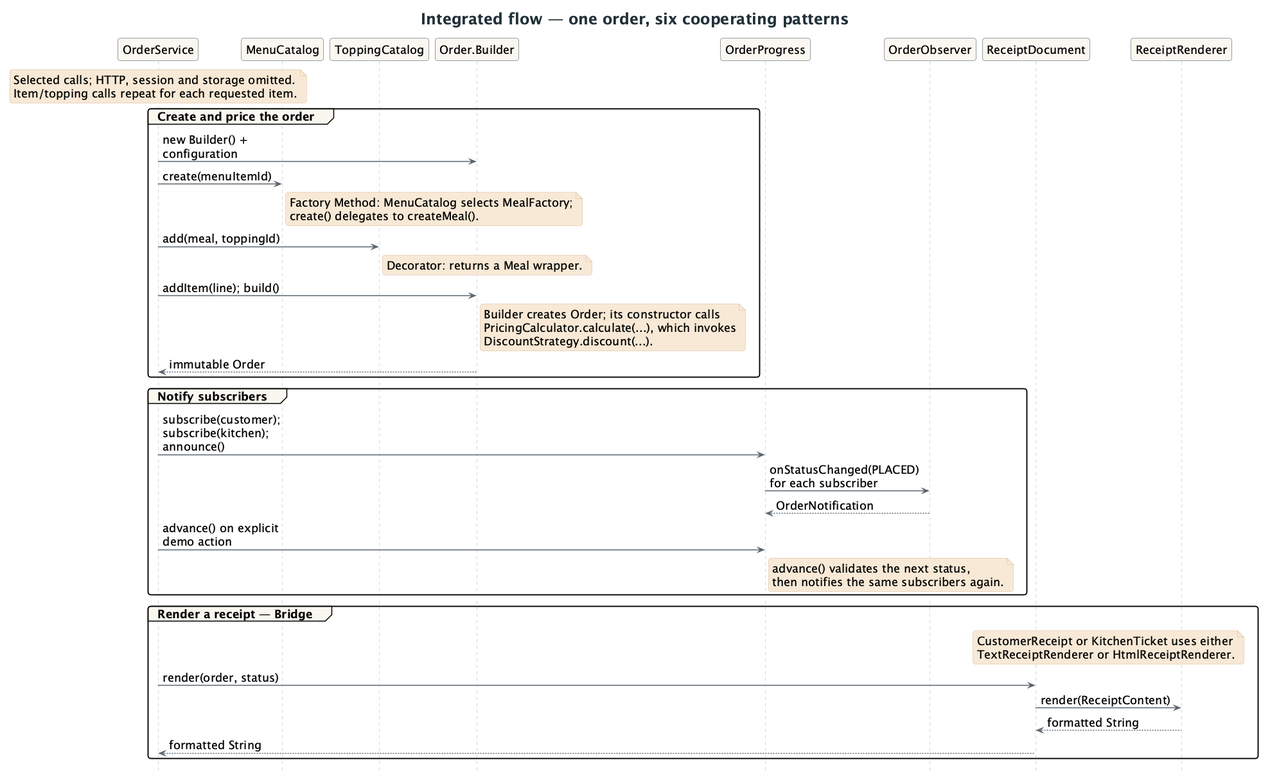
This is docs/uml/integrated-sequence.png from ANAYSSA/Final-Project-SDP, a PlantUML export, as it was before one commit. Source of this version:
```plantuml
@startuml
skinparam backgroundColor #FFFFFF
skinparam shadowing false
skinparam roundcorner 8
skinparam defaultFontName SansSerif
skinparam defaultFontSize 18
skinparam ArrowColor #59636E
skinparam ArrowThickness 1.5
skinparam titleFontSize 24
skinparam titleFontColor #223139
skinparam sequenceParticipantBackgroundColor #FAF7F0
skinparam sequenceParticipantBorderColor #314047
skinparam sequenceLifeLineBorderColor #A5AFB4
skinparam sequenceGroupBackgroundColor #FAF7F0
skinparam noteBackgroundColor #F8E9D6
skinparam noteBorderColor #D8B794
skinparam maxMessageSize 220
hide footbox
title Integrated flow — one order, six cooperating patterns
participant OrderService as Service
participant MenuCatalog as Menu
participant ToppingCatalog as Toppings
participant "Order.Builder" as Builder
participant OrderProgress as Progress
participant OrderObserver as Observer
participant ReceiptDocument as Document
participant ReceiptRenderer as Renderer

note over Service
Selected calls; HTTP, session and storage omitted.
Item/topping calls repeat for each requested item.
end note

group Create and price the order
Service -> Builder : new Builder() + configuration
Service -> Menu : create(menuItemId)
note right of Menu
Factory Method: MenuCatalog selects MealFactory;
create() delegates to createMeal().
end note
Service -> Toppings : add(meal, toppingId)
note right of Toppings
Decorator: returns a Meal wrapper.
end note
Service -> Builder : addItem(line); build()
note right of Builder
Builder creates Order; its constructor calls
PricingCalculator.calculate(...), which invokes
DiscountStrategy.discount(...).
end note
Builder --> Service : immutable Order
end

group Notify subscribers
Service -> Progress : subscribe(customer); subscribe(kitchen); announce()
Progress -> Observer : onStatusChanged(PLACED) for each subscriber
Observer --> Progress : OrderNotification
Service -> Progress : advance() on explicit demo action
note right of Progress
advance() validates the next status,
then notifies the same subscribers again.
end note
end

group Render a receipt — Bridge
note over Document, Renderer
CustomerReceipt or KitchenTicket uses either
TextReceiptRenderer or HtmlReceiptRenderer.
end note
Service -> Document : render(order, status)
Document -> Renderer : render(ReceiptContent)
Renderer --> Document : formatted String
Document --> Service : formatted String
end
@enduml
```
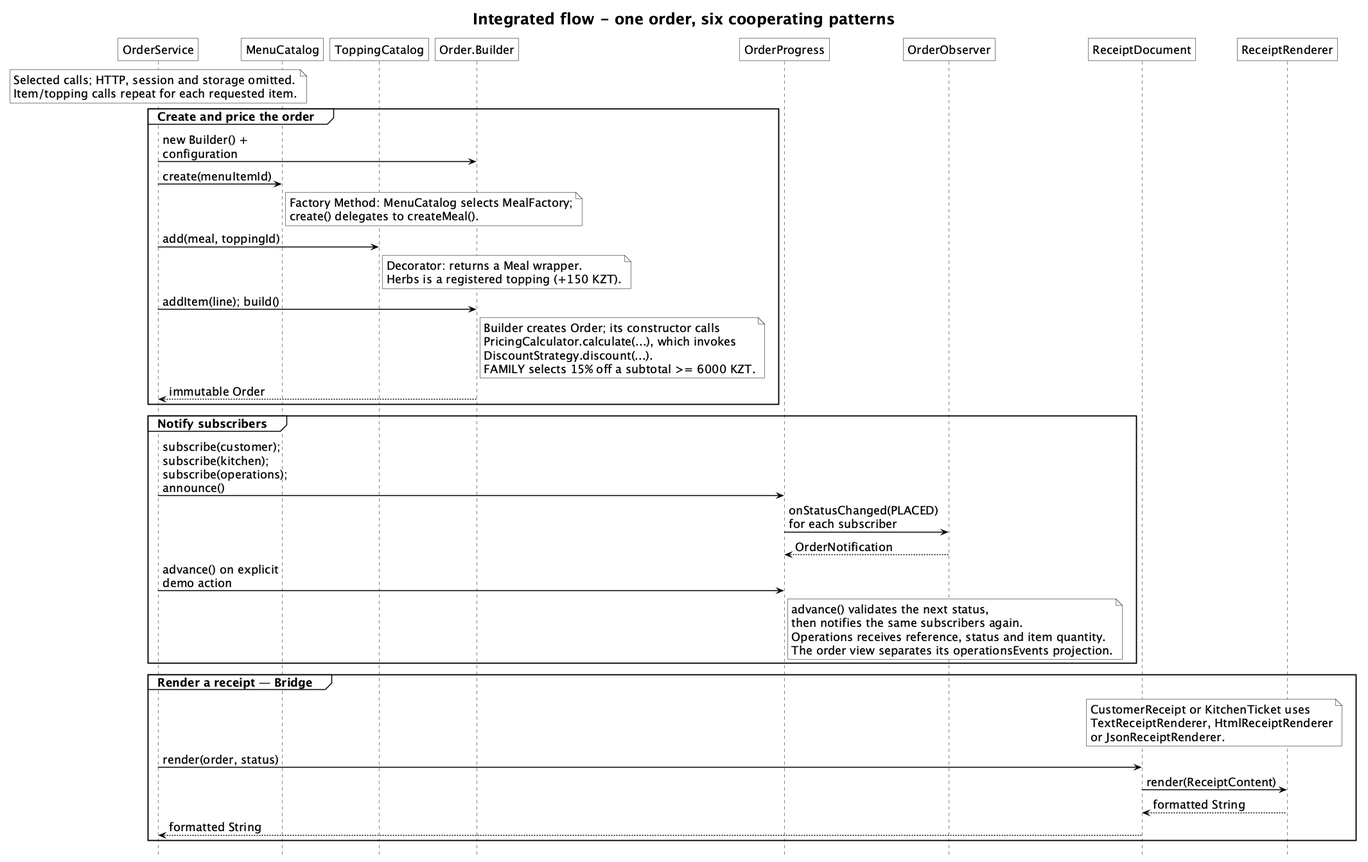
After the commit.

The edit, as a diff of the source:
```diff
@@ -1,22 +1,25 @@
 @startuml
 skinparam backgroundColor #FFFFFF
+skinparam monochrome true
+skinparam defaultFontColor #000000
+hide circle
 skinparam shadowing false
-skinparam roundcorner 8
+skinparam roundcorner 0
 skinparam defaultFontName SansSerif
 skinparam defaultFontSize 18
-skinparam ArrowColor #59636E
+skinparam ArrowColor #000000
 skinparam ArrowThickness 1.5
 skinparam titleFontSize 24
-skinparam titleFontColor #223139
-skinparam sequenceParticipantBackgroundColor #FAF7F0
-skinparam sequenceParticipantBorderColor #314047
-skinparam sequenceLifeLineBorderColor #A5AFB4
-skinparam sequenceGroupBackgroundColor #FAF7F0
-skinparam noteBackgroundColor #F8E9D6
-skinparam noteBorderColor #D8B794
+skinparam titleFontColor #000000
+skinparam sequenceParticipantBackgroundColor #FFFFFF
+skinparam sequenceParticipantBorderColor #000000
+skinparam sequenceLifeLineBorderColor #000000
+skinparam sequenceGroupBackgroundColor #FFFFFF
+skinparam noteBackgroundColor #FFFFFF
+skinparam noteBorderColor #000000
 skinparam maxMessageSize 220
 hide footbox
-title Integrated flow — one order, six cooperating patterns
+title Integrated flow - one order, six cooperating patterns
 participant OrderService as Service
 participant MenuCatalog as Menu
 participant ToppingCatalog as Toppings
@@ -41,31 +44,36 @@
 Service -> Toppings : add(meal, toppingId)
 note right of Toppings
 Decorator: returns a Meal wrapper.
+Herbs is a registered topping (+150 KZT).
 end note
 Service -> Builder : addItem(line); build()
 note right of Builder
 Builder creates Order; its constructor calls
 PricingCalculator.calculate(...), which invokes
 DiscountStrategy.discount(...).
+FAMILY selects 15% off a subtotal >= 6000 KZT.
 end note
 Builder --> Service : immutable Order
 end
 
 group Notify subscribers
-Service -> Progress : subscribe(customer); subscribe(kitchen); announce()
+Service -> Progress : subscribe(customer); subscribe(kitchen);\nsubscribe(operations); announce()
 Progress -> Observer : onStatusChanged(PLACED) for each subscriber
 Observer --> Progress : OrderNotification
 Service -> Progress : advance() on explicit demo action
 note right of Progress
 advance() validates the next status,
 then notifies the same subscribers again.
+Operations receives reference, status and item quantity.
+The order view separates its operationsEvents projection.
 end note
 end
 
 group Render a receipt — Bridge
 note over Document, Renderer
-CustomerReceipt or KitchenTicket uses either
-TextReceiptRenderer or HtmlReceiptRenderer.
+CustomerReceipt or KitchenTicket uses
+TextReceiptRenderer, HtmlReceiptRenderer
+or JsonReceiptRenderer.
 end note
 Service -> Document : render(order, status)
 Document -> Renderer : render(ReceiptContent)
```
